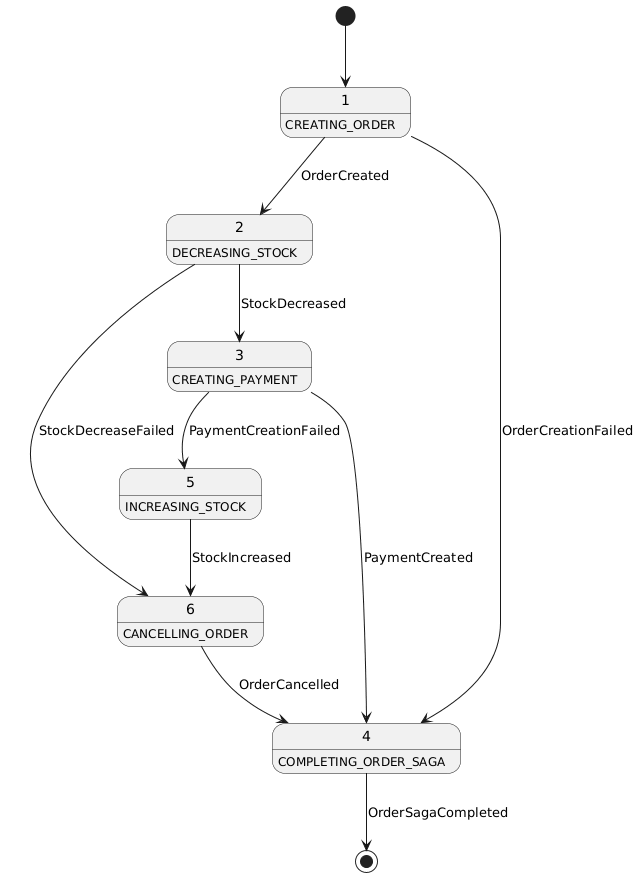
guteacher/log430-labo8 keeps this PlantUML diagram as docs/arc42/state_machine.png. Above is the earlier version. Source of this version:
```plantuml
@startuml
1 : CREATING_ORDER
6 : CANCELLING_ORDER
2 : DECREASING_STOCK
5 : INCREASING_STOCK
3 : CREATING_PAYMENT
4 : COMPLETING_ORDER_SAGA

[*] --> 1
1 --> 2 : OrderCreated
2 --> 3 : StockDecreased
3 --> 4 : PaymentCreated

3 --> 5  : PaymentCreationFailed
5 --> 6 : StockIncreased
6 --> 4 : OrderCancelled
4 --> [*] : OrderSagaCompleted

2 --> 6 : StockDecreaseFailed
1 --> 4 : OrderCreationFailed
@enduml
```
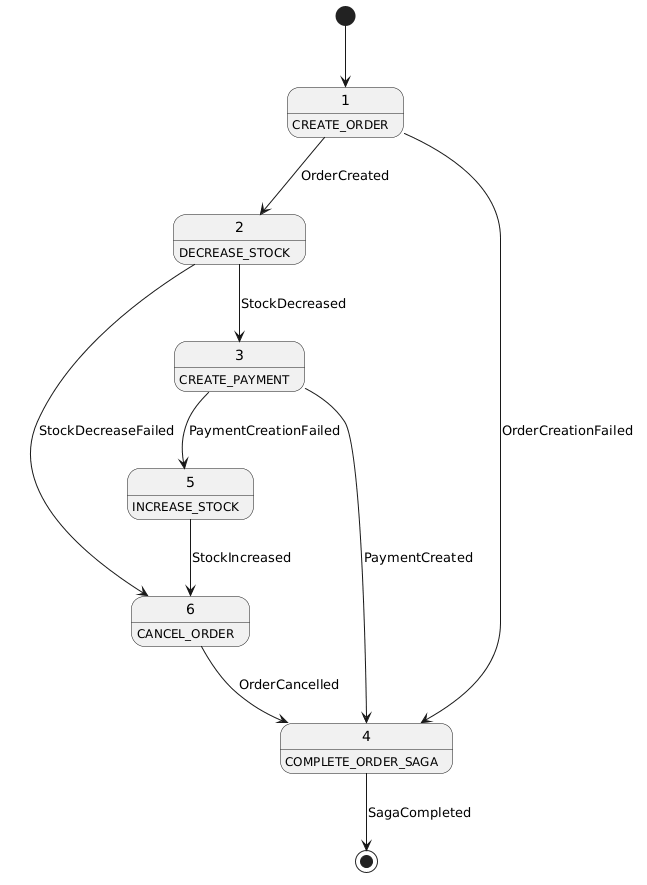
Later version of the same file.

Commit message:
update state naming

Change to the diagram source:
```diff
@@ -1,10 +1,10 @@
 @startuml
-1 : CREATING_ORDER
-6 : CANCELLING_ORDER
-2 : DECREASING_STOCK
-5 : INCREASING_STOCK
-3 : CREATING_PAYMENT
-4 : COMPLETING_ORDER_SAGA
+1 : CREATE_ORDER
+6 : CANCEL_ORDER
+2 : DECREASE_STOCK
+5 : INCREASE_STOCK
+3 : CREATE_PAYMENT
+4 : COMPLETE_ORDER_SAGA
 
 [*] --> 1
 1 --> 2 : OrderCreated
@@ -14,7 +14,7 @@
 3 --> 5  : PaymentCreationFailed
 5 --> 6 : StockIncreased
 6 --> 4 : OrderCancelled
-4 --> [*] : OrderSagaCompleted
+4 --> [*] : SagaCompleted
 
 2 --> 6 : StockDecreaseFailed
 1 --> 4 : OrderCreationFailed
```
